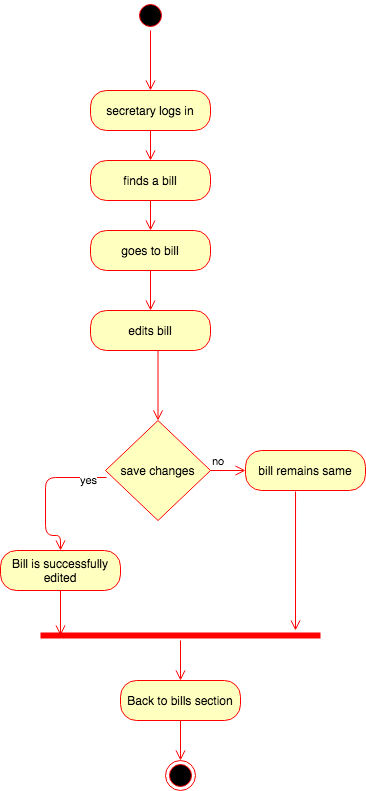
Before: Diagrams/Activity Diagrams/Secretary/edit bill.png, a diagram exported from draw.io (kkasharaj17/SE-project). Source tidied: cells renumbered, new cells last; positions are measured from the earlier drawing's top-left corner, leaving out a move shared by most shapes.
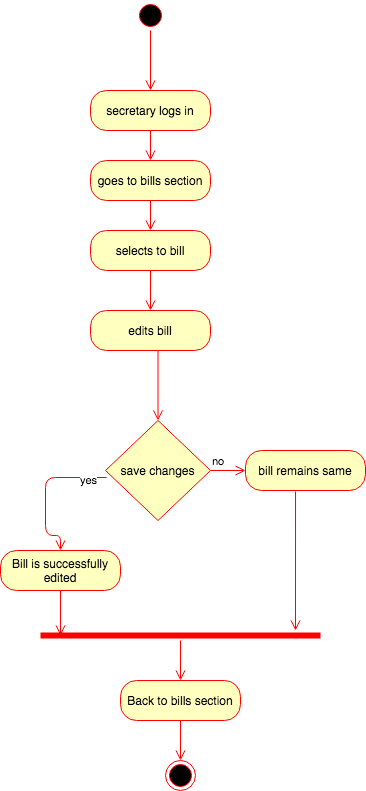
The same file after the commit.

Change to the diagram source:
```diff
@@ -16,13 +16,13 @@
     <mxCell id="5" style="edgeStyle=orthogonalEdgeStyle;html=1;verticalAlign=bottom;endArrow=open;endSize=8;strokeColor=#ff0000;entryX=0.5;entryY=0;entryDx=0;entryDy=0;" parent="1" edge="1" source="4" target="8">
       <mxGeometry relative="1" as="geometry" />
     </mxCell>
-    <mxCell id="6" value="goes to bill" style="rounded=1;whiteSpace=wrap;html=1;arcSize=40;fontColor=#000000;fillColor=#ffffc0;strokeColor=#ff0000;" parent="1" vertex="1">
+    <mxCell id="6" value="selects to bill" style="rounded=1;whiteSpace=wrap;html=1;arcSize=40;fontColor=#000000;fillColor=#ffffc0;strokeColor=#ff0000;" parent="1" vertex="1">
       <mxGeometry x="90" y="230" width="120" height="40" as="geometry" />
     </mxCell>
     <mxCell id="7" style="edgeStyle=orthogonalEdgeStyle;html=1;verticalAlign=bottom;endArrow=open;endSize=8;strokeColor=#ff0000;entryX=0.5;entryY=0;entryDx=0;entryDy=0;" parent="1" edge="1" source="6" target="13">
       <mxGeometry relative="1" as="geometry" />
     </mxCell>
-    <mxCell id="8" value="finds a bill" style="rounded=1;whiteSpace=wrap;html=1;arcSize=40;fontColor=#000000;fillColor=#ffffc0;strokeColor=#ff0000;" parent="1" vertex="1">
+    <mxCell id="8" value="goes to bills section" style="rounded=1;whiteSpace=wrap;html=1;arcSize=40;fontColor=#000000;fillColor=#ffffc0;strokeColor=#ff0000;" parent="1" vertex="1">
       <mxGeometry x="90" y="160" width="120" height="40" as="geometry" />
     </mxCell>
     <mxCell id="9" style="edgeStyle=orthogonalEdgeStyle;html=1;verticalAlign=bottom;endArrow=open;endSize=8;strokeColor=#ff0000;entryX=0.5;entryY=0;entryDx=0;entryDy=0;" parent="1" edge="1" source="8" target="6">
```
